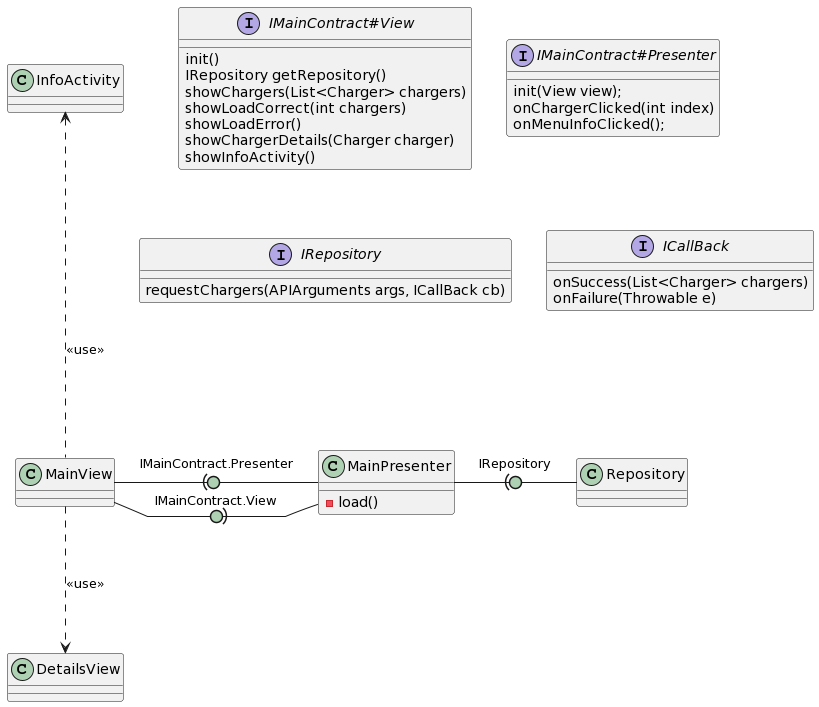
The PlantUML diagram Docs/Models/Arquitectura.png in isunican/App-CarChargers-Grupo4, before a commit. Source of this version:
```plantuml
@startuml
skinparam linetype polyline
skinparam arrowLollipopColor #ADD1B2

MainView -right(0- MainPresenter : IMainContract.Presenter
MainView -right0)- MainPresenter : IMainContract.View
MainView -up..-> InfoActivity : <<use>>
MainView -down..> DetailsView : <<use>>
MainPresenter -right(0- Repository : IRepository

MainPresenter : -load()

together {
  interface IMainContract#View
  interface IMainContract#Presenter
  interface IRepository
  interface ICallBack
}

interface IMainContract#View {
    init()
    IRepository getRepository()
    showChargers(List<Charger> chargers)
    showLoadCorrect(int chargers)
    showLoadError()
    showChargerDetails(Charger charger)
    showInfoActivity()
}

interface IMainContract#Presenter {
   init(View view);
   onChargerClicked(int index)
   onMenuInfoClicked();
}

interface IRepository {
    requestChargers(APIArguments args, ICallBack cb)
}

interface ICallBack {
    onSuccess(List<Charger> chargers)
    onFailure(Throwable e)
}
@enduml
```
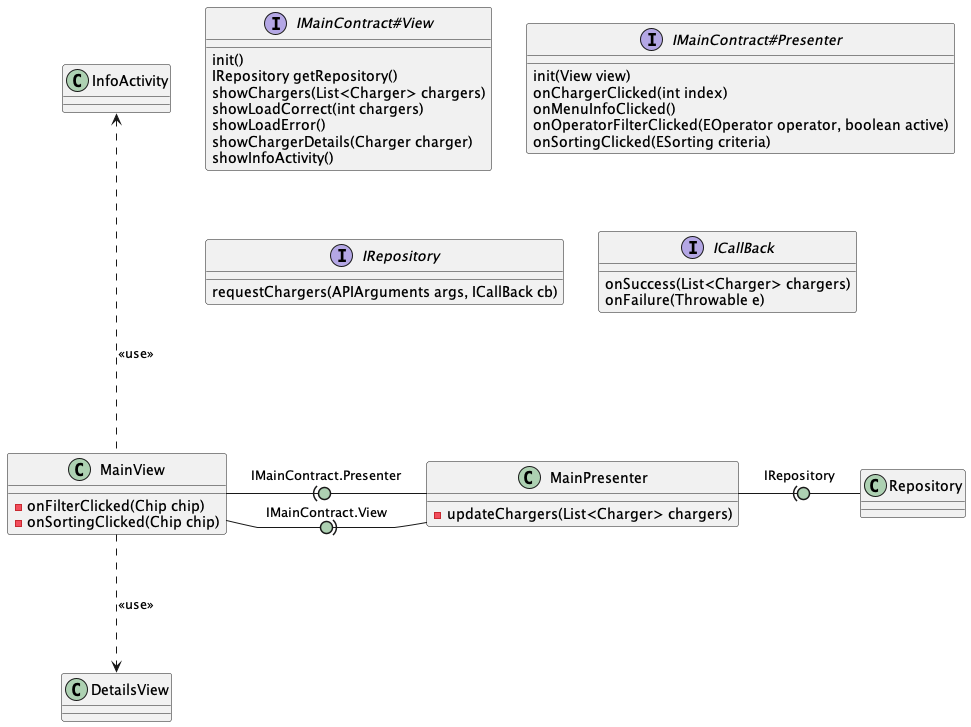
After the change.

What changed in the source:
```diff
@@ -1,4 +1,5 @@
-@startuml
+@startuml arquitectura
+
 skinparam linetype polyline
 skinparam arrowLollipopColor #ADD1B2
 
@@ -8,13 +9,20 @@
 MainView -down..> DetailsView : <<use>>
 MainPresenter -right(0- Repository : IRepository
 
-MainPresenter : -load()
-
 together {
   interface IMainContract#View
   interface IMainContract#Presenter
   interface IRepository
   interface ICallBack
+}
+
+class MainPresenter {
+    -updateChargers(List<Charger> chargers)
+}
+
+class MainView {
+    -onFilterClicked(Chip chip)
+    -onSortingClicked(Chip chip)
 }
 
 interface IMainContract#View {
@@ -28,9 +36,11 @@
 }
 
 interface IMainContract#Presenter {
-   init(View view);
+   init(View view)
    onChargerClicked(int index)
-   onMenuInfoClicked();
+   onMenuInfoClicked()
+   onOperatorFilterClicked(EOperator operator, boolean active)
+   onSortingClicked(ESorting criteria)
 }
 
 interface IRepository {
@@ -41,4 +51,5 @@
     onSuccess(List<Charger> chargers)
     onFailure(Throwable e)
 }
+
 @enduml
```
